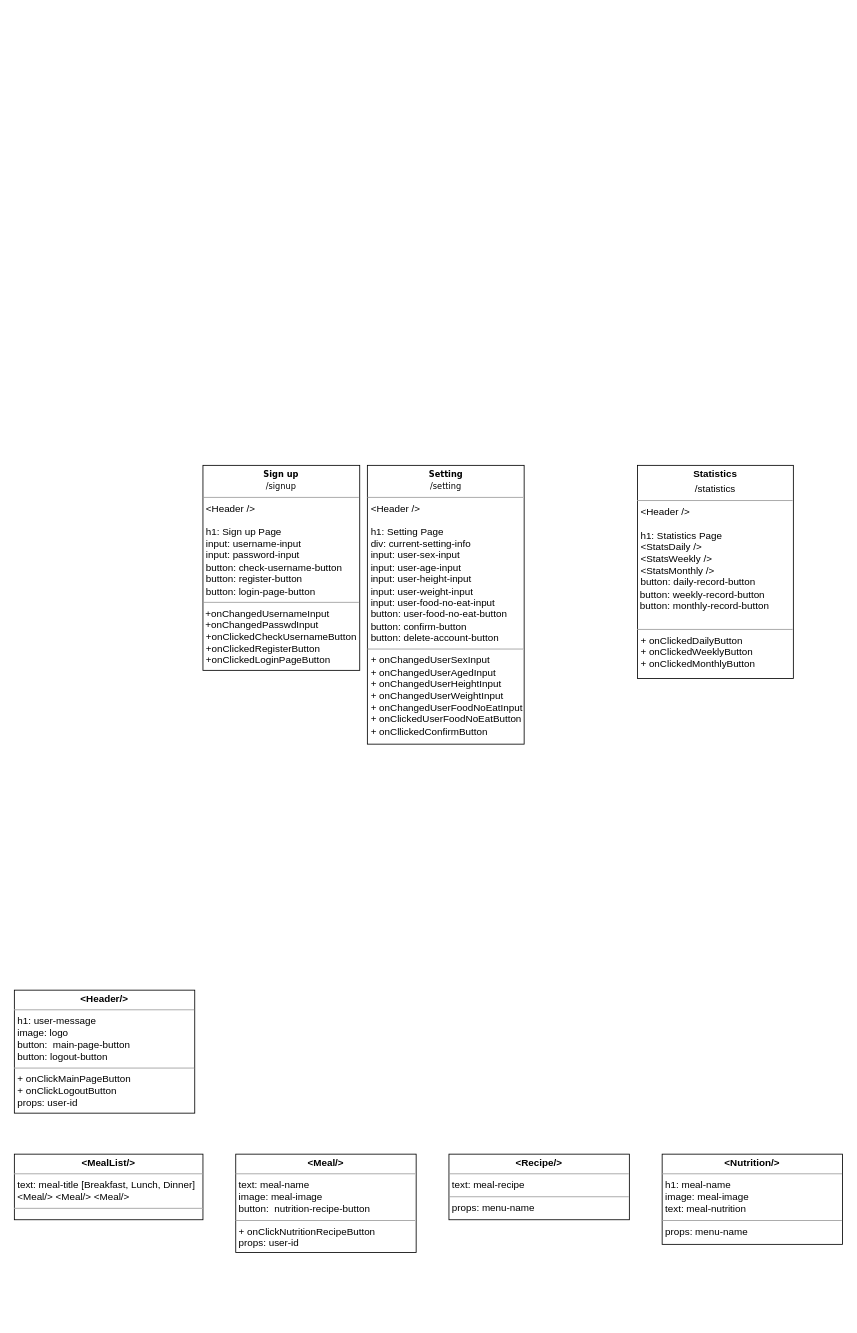
swsnu/swpp2021-team5 keeps this draw.io diagram as diagrams/영서 component.drawio. Above is the earlier version. Source tidied: cells renumbered, new cells numbered last; positions are measured from the earlier drawing's top-left corner, leaving out a move shared by most shapes. Both pictures are drawn from the tidied source at 82%, with x=0, y=0 at pixel (14, 465).
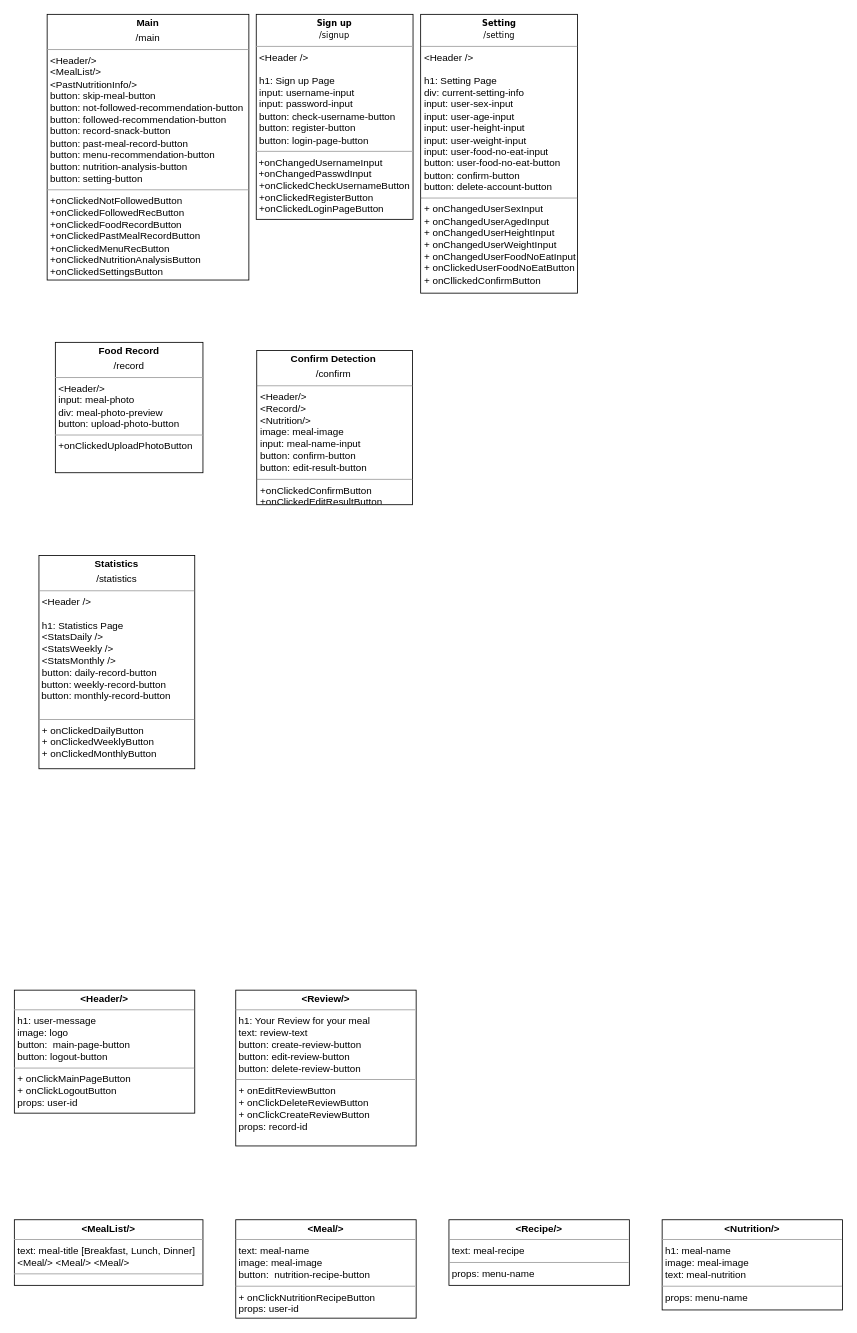
The same page after the edit.

The edit, as a diff of the source:
```diff
@@
 <mxGraphModel>
   <root>
     <mxCell id="0" />
     <mxCell id="1" parent="0" />
     <mxCell id="2" value="&lt;p style=&quot;margin: 0px ; margin-top: 4px ; text-align: center&quot;&gt;&lt;b&gt;&amp;lt;MealList/&amp;gt;&lt;/b&gt;&lt;/p&gt;&lt;hr size=&quot;1&quot;&gt;&lt;p style=&quot;margin: 0px ; margin-left: 4px&quot;&gt;text: meal-title [Breakfast, Lunch, Dinner]&lt;/p&gt;&lt;p style=&quot;margin: 0px ; margin-left: 4px&quot;&gt;&lt;span&gt;&amp;lt;Meal/&amp;gt; &amp;lt;Meal/&amp;gt; &amp;lt;Meal/&amp;gt;&lt;/span&gt;&lt;/p&gt;&lt;hr size=&quot;1&quot;&gt;&lt;p style=&quot;margin: 0px ; margin-left: 4px&quot;&gt;&lt;br&gt;&lt;/p&gt;" style="verticalAlign=top;align=left;overflow=fill;fontSize=12;fontFamily=Helvetica;html=1;rounded=0;shadow=0;comic=0;labelBackgroundColor=none;strokeWidth=1;" parent="1" vertex="1">
-      <mxGeometry y="840" width="230" height="80" as="geometry" />
+      <mxGeometry y="920" width="230" height="80" as="geometry" />
     </mxCell>
     <mxCell id="3" value="&lt;p style=&quot;margin: 0px ; margin-top: 4px ; text-align: center&quot;&gt;&lt;b&gt;&amp;lt;Meal/&amp;gt;&lt;/b&gt;&lt;/p&gt;&lt;hr size=&quot;1&quot;&gt;&lt;p style=&quot;margin: 0px ; margin-left: 4px&quot;&gt;&lt;span&gt;text: meal-name&lt;/span&gt;&lt;/p&gt;&lt;p style=&quot;margin: 0px ; margin-left: 4px&quot;&gt;image: meal-image&lt;/p&gt;&lt;p style=&quot;margin: 0px ; margin-left: 4px&quot;&gt;&lt;span&gt;button:&amp;nbsp;&amp;nbsp;&lt;/span&gt;&lt;span style=&quot;text-align: center&quot;&gt;nutrition-recipe-button&lt;/span&gt;&lt;br&gt;&lt;/p&gt;&lt;hr size=&quot;1&quot;&gt;&lt;p style=&quot;margin: 0px ; margin-left: 4px&quot;&gt;+ onClickNutritionRecipeButton&lt;/p&gt;&lt;p style=&quot;margin: 0px ; margin-left: 4px&quot;&gt;props: user-id&lt;/p&gt;" style="verticalAlign=top;align=left;overflow=fill;fontSize=12;fontFamily=Helvetica;html=1;rounded=0;shadow=0;comic=0;labelBackgroundColor=none;strokeWidth=1;" parent="1" vertex="1">
-      <mxGeometry x="270" y="840" width="220" height="120" as="geometry" />
+      <mxGeometry x="270" y="920" width="220" height="120" as="geometry" />
     </mxCell>
     <mxCell id="4" value="&lt;p style=&quot;margin: 0px ; margin-top: 4px ; text-align: center&quot;&gt;&lt;b&gt;&amp;lt;Recipe/&amp;gt;&lt;/b&gt;&lt;/p&gt;&lt;hr size=&quot;1&quot;&gt;&lt;p style=&quot;margin: 0px ; margin-left: 4px&quot;&gt;text: meal-recipe&lt;/p&gt;&lt;hr size=&quot;1&quot;&gt;&lt;p style=&quot;margin: 0px ; margin-left: 4px&quot;&gt;props: menu-name&lt;/p&gt;" style="verticalAlign=top;align=left;overflow=fill;fontSize=12;fontFamily=Helvetica;html=1;rounded=0;shadow=0;comic=0;labelBackgroundColor=none;strokeWidth=1;" parent="1" vertex="1">
-      <mxGeometry x="530" y="840" width="220" height="80" as="geometry" />
+      <mxGeometry x="530" y="920" width="220" height="80" as="geometry" />
     </mxCell>
     <mxCell id="5" value="&lt;p style=&quot;margin: 0px ; margin-top: 4px ; text-align: center&quot;&gt;&lt;b&gt;&amp;lt;Nutrition/&amp;gt;&lt;/b&gt;&lt;/p&gt;&lt;hr size=&quot;1&quot;&gt;&lt;p style=&quot;margin: 0px ; margin-left: 4px&quot;&gt;h1: meal-name&lt;/p&gt;&lt;p style=&quot;margin: 0px ; margin-left: 4px&quot;&gt;&lt;span&gt;image: meal-image&lt;/span&gt;&lt;/p&gt;&lt;p style=&quot;margin: 0px ; margin-left: 4px&quot;&gt;&lt;span&gt;text: meal-nutrition&lt;br&gt;&lt;/span&gt;&lt;/p&gt;&lt;hr size=&quot;1&quot;&gt;&lt;p style=&quot;margin: 0px ; margin-left: 4px&quot;&gt;props: menu-name&lt;/p&gt;" style="verticalAlign=top;align=left;overflow=fill;fontSize=12;fontFamily=Helvetica;html=1;rounded=0;shadow=0;comic=0;labelBackgroundColor=none;strokeWidth=1;" parent="1" vertex="1">
-      <mxGeometry x="790" y="840" width="220" height="110" as="geometry" />
+      <mxGeometry x="790" y="920" width="220" height="110" as="geometry" />
     </mxCell>
     <mxCell id="6" value="&lt;p style=&quot;margin: 0px ; margin-top: 4px ; text-align: center&quot;&gt;&lt;b&gt;&amp;lt;Header/&amp;gt;&lt;/b&gt;&lt;/p&gt;&lt;hr size=&quot;1&quot;&gt;&lt;p style=&quot;margin: 0px ; margin-left: 4px&quot;&gt;h1: user-message&lt;/p&gt;&lt;p style=&quot;margin: 0px ; margin-left: 4px&quot;&gt;image: logo&lt;/p&gt;&lt;p style=&quot;margin: 0px ; margin-left: 4px&quot;&gt;&lt;span&gt;button:&amp;nbsp;&amp;nbsp;&lt;/span&gt;&lt;span style=&quot;text-align: center&quot;&gt;main-page-button&lt;/span&gt;&lt;br&gt;&lt;/p&gt;&lt;p style=&quot;margin: 0px ; margin-left: 4px&quot;&gt;&lt;span style=&quot;text-align: center&quot;&gt;button: logout-button&lt;/span&gt;&lt;/p&gt;&lt;hr size=&quot;1&quot;&gt;&lt;p style=&quot;margin: 0px ; margin-left: 4px&quot;&gt;+ onClickMainPageButton&lt;/p&gt;&lt;p style=&quot;margin: 0px ; margin-left: 4px&quot;&gt;+ onClickLogoutButton&lt;/p&gt;&lt;p style=&quot;margin: 0px ; margin-left: 4px&quot;&gt;props: user-id&lt;/p&gt;" style="verticalAlign=top;align=left;overflow=fill;fontSize=12;fontFamily=Helvetica;html=1;rounded=0;shadow=0;comic=0;labelBackgroundColor=none;strokeWidth=1;" parent="1" vertex="1">
       <mxGeometry y="640" width="220" height="150" as="geometry" />
     </mxCell>
+    <mxCell id="10" value="&lt;p style=&quot;margin: 0px ; margin-top: 4px ; text-align: center&quot;&gt;&lt;b&gt;&amp;lt;Review/&amp;gt;&lt;/b&gt;&lt;/p&gt;&lt;hr size=&quot;1&quot;&gt;&lt;p style=&quot;margin: 0px ; margin-left: 4px&quot;&gt;h1: Your Review for your meal&lt;/p&gt;&lt;p style=&quot;margin: 0px ; margin-left: 4px&quot;&gt;text: review-text&lt;/p&gt;&lt;p style=&quot;margin: 0px ; margin-left: 4px&quot;&gt;button: create-review-button&lt;/p&gt;&lt;p style=&quot;margin: 0px ; margin-left: 4px&quot;&gt;button: edit-review-button&lt;/p&gt;&lt;p style=&quot;margin: 0px ; margin-left: 4px&quot;&gt;button: delete-review-button&lt;br&gt;&lt;/p&gt;&lt;hr size=&quot;1&quot;&gt;&lt;p style=&quot;margin: 0px ; margin-left: 4px&quot;&gt;+ onEditReviewButton&lt;/p&gt;&lt;p style=&quot;margin: 0px ; margin-left: 4px&quot;&gt;+ onClickDeleteReviewButton&lt;/p&gt;&lt;p style=&quot;margin: 0px ; margin-left: 4px&quot;&gt;+ onClickCreateReviewButton&lt;/p&gt;&lt;p style=&quot;margin: 0px ; margin-left: 4px&quot;&gt;props: record-id&lt;/p&gt;" style="verticalAlign=top;align=left;overflow=fill;fontSize=12;fontFamily=Helvetica;html=1;rounded=0;shadow=0;comic=0;labelBackgroundColor=none;strokeWidth=1;" parent="1" vertex="1">
+      <mxGeometry x="270" y="640" width="220" height="190" as="geometry" />
+    </mxCell>
     <mxCell id="7" value="&lt;p style=&quot;margin: 0px ; margin-top: 4px ; text-align: center&quot;&gt;&lt;b&gt;Statistics&lt;/b&gt;&lt;/p&gt;&lt;p style=&quot;margin: 0px ; margin-top: 4px ; text-align: center&quot;&gt;/statistics&lt;/p&gt;&lt;hr size=&quot;1&quot;&gt;&lt;p style=&quot;margin: 0px ; margin-left: 4px&quot;&gt;&amp;lt;Header /&amp;gt;&lt;br&gt;&lt;/p&gt;&lt;p style=&quot;margin: 0px ; margin-left: 4px&quot;&gt;&lt;br&gt;&lt;/p&gt;&lt;p style=&quot;margin: 0px ; margin-left: 4px&quot;&gt;h1: Statistics Page&lt;/p&gt;&lt;p style=&quot;margin: 0px ; margin-left: 4px&quot;&gt;&amp;lt;StatsDaily /&amp;gt;&lt;/p&gt;&lt;p style=&quot;margin: 0px ; margin-left: 4px&quot;&gt;&amp;lt;StatsWeekly /&amp;gt;&lt;/p&gt;&lt;p style=&quot;margin: 0px ; margin-left: 4px&quot;&gt;&amp;lt;StatsMonthly /&amp;gt;&lt;/p&gt;&lt;p style=&quot;margin: 0px ; margin-left: 4px&quot;&gt;button: daily-record-button&lt;/p&gt;&amp;nbsp;button:&amp;nbsp;&lt;span&gt;weekly-record-button&amp;nbsp;&lt;/span&gt;&lt;br&gt;&amp;nbsp;button:&amp;nbsp;&lt;span&gt;monthly-record-button&lt;br&gt;&lt;/span&gt;&lt;br&gt;&lt;hr size=&quot;1&quot;&gt;&lt;p style=&quot;margin: 0px 0px 0px 4px&quot;&gt;+ onClickedDailyButton&lt;/p&gt;&lt;p style=&quot;margin: 0px 0px 0px 4px&quot;&gt;+ onClickedWeeklyButton&lt;/p&gt;&lt;p style=&quot;margin: 0px 0px 0px 4px&quot;&gt;+ onClickedMonthlyButton&lt;/p&gt;" style="verticalAlign=top;align=left;overflow=fill;fontSize=12;fontFamily=Helvetica;html=1;rounded=0;shadow=0;comic=0;labelBackgroundColor=none;strokeWidth=1;" parent="1" vertex="1">
-      <mxGeometry x="760" width="190" height="260" as="geometry" />
+      <mxGeometry x="30" y="110" width="190" height="260" as="geometry" />
     </mxCell>
     <mxCell id="8" value="&lt;p style=&quot;margin: 4px 0px 0px ; text-align: center&quot;&gt;&lt;b style=&quot;font-family: &amp;#34;verdana&amp;#34; ; font-size: 10px&quot;&gt;Sign up&lt;/b&gt;&lt;br style=&quot;font-family: &amp;#34;verdana&amp;#34; ; font-size: 10px&quot;&gt;&lt;span style=&quot;font-family: &amp;#34;verdana&amp;#34; ; font-size: 10px&quot;&gt;/signup&lt;/span&gt;&lt;br&gt;&lt;/p&gt;&lt;hr size=&quot;1&quot;&gt;&lt;p style=&quot;margin: 0px 0px 0px 4px&quot;&gt;&amp;lt;Header /&amp;gt;&lt;/p&gt;&lt;p style=&quot;margin: 0px 0px 0px 4px&quot;&gt;&lt;br&gt;&lt;/p&gt;&lt;p style=&quot;margin: 0px 0px 0px 4px&quot;&gt;h1: Sign up Page&lt;/p&gt;&lt;p style=&quot;margin: 0px 0px 0px 4px&quot;&gt;input: username-input&lt;/p&gt;&lt;p style=&quot;margin: 0px 0px 0px 4px&quot;&gt;input: password-input&lt;/p&gt;&lt;p style=&quot;margin: 0px 0px 0px 4px&quot;&gt;button: check-username-button&lt;/p&gt;&lt;p style=&quot;margin: 0px 0px 0px 4px&quot;&gt;button: register-button&lt;/p&gt;&lt;p style=&quot;margin: 0px 0px 0px 4px&quot;&gt;button: login-page-button&lt;/p&gt;&lt;hr size=&quot;1&quot;&gt;&amp;nbsp;+onChangedUsernameInput&lt;br&gt;&amp;nbsp;+onChangedPasswdInput&lt;br&gt;&lt;p style=&quot;margin: 0px 0px 0px 4px&quot;&gt;+onClickedCheckUsernameButton&lt;/p&gt;&lt;p style=&quot;margin: 0px 0px 0px 4px&quot;&gt;+onClickedRegisterButton&lt;/p&gt;&lt;p style=&quot;margin: 0px 0px 0px 4px&quot;&gt;+onClickedLoginPageButton&lt;/p&gt;" style="verticalAlign=top;align=left;overflow=fill;fontSize=12;fontFamily=Helvetica;html=1;" parent="1" vertex="1">
-      <mxGeometry x="230" width="191.2" height="250" as="geometry" />
+      <mxGeometry x="295" y="-550" width="191.2" height="250" as="geometry" />
     </mxCell>
     <mxCell id="9" value="&lt;p style=&quot;margin: 4px 0px 0px ; text-align: center&quot;&gt;&lt;b style=&quot;font-family: &amp;#34;verdana&amp;#34; ; font-size: 10px&quot;&gt;Setting&lt;/b&gt;&lt;br style=&quot;font-family: &amp;#34;verdana&amp;#34; ; font-size: 10px&quot;&gt;&lt;span style=&quot;font-family: &amp;#34;verdana&amp;#34; ; font-size: 10px&quot;&gt;/setting&lt;/span&gt;&lt;br&gt;&lt;/p&gt;&lt;hr size=&quot;1&quot;&gt;&lt;p style=&quot;margin: 0px 0px 0px 4px&quot;&gt;&amp;lt;Header /&amp;gt;&lt;br&gt;&lt;/p&gt;&lt;p style=&quot;margin: 0px 0px 0px 4px&quot;&gt;&lt;br&gt;&lt;/p&gt;&lt;p style=&quot;margin: 0px 0px 0px 4px&quot;&gt;h1: Setting Page&lt;/p&gt;&lt;p style=&quot;margin: 0px 0px 0px 4px&quot;&gt;div: current-setting-info&lt;/p&gt;&lt;p style=&quot;margin: 0px 0px 0px 4px&quot;&gt;input: user-sex-input&lt;/p&gt;&lt;p style=&quot;margin: 0px 0px 0px 4px&quot;&gt;input: user-age-input&lt;/p&gt;&lt;p style=&quot;margin: 0px 0px 0px 4px&quot;&gt;input: user-height-input&lt;/p&gt;&lt;p style=&quot;margin: 0px 0px 0px 4px&quot;&gt;input: user-weight-input&lt;/p&gt;&lt;p style=&quot;margin: 0px 0px 0px 4px&quot;&gt;input: user-food-no-eat-input&lt;br&gt;&lt;/p&gt;&lt;p style=&quot;margin: 0px 0px 0px 4px&quot;&gt;button: user-food-no-eat-button&lt;/p&gt;&lt;p style=&quot;margin: 0px 0px 0px 4px&quot;&gt;&lt;span&gt;button: confirm-button&lt;/span&gt;&lt;br&gt;&lt;/p&gt;&lt;p style=&quot;margin: 0px 0px 0px 4px&quot;&gt;&lt;span&gt;button: delete-account-button&lt;/span&gt;&lt;/p&gt;&lt;hr size=&quot;1&quot;&gt;&lt;p style=&quot;margin: 0px 0px 0px 4px&quot;&gt;+ onChangedUserSexInput&lt;/p&gt;&lt;p style=&quot;margin: 0px 0px 0px 4px&quot;&gt;+ onChangedUserAgedInput&lt;/p&gt;&lt;p style=&quot;margin: 0px 0px 0px 4px&quot;&gt;+ onChangedUserHeightInput&lt;/p&gt;&lt;p style=&quot;margin: 0px 0px 0px 4px&quot;&gt;+ onChangedUserWeightInput&lt;/p&gt;&lt;p style=&quot;margin: 0px 0px 0px 4px&quot;&gt;+ onChangedUserFoodNoEatInput&lt;/p&gt;&lt;p style=&quot;margin: 0px 0px 0px 4px&quot;&gt;+ onClickedUserFoodNoEatButton&lt;/p&gt;&lt;p style=&quot;margin: 0px 0px 0px 4px&quot;&gt;+ onCllickedConfirmButton&lt;/p&gt;" style="verticalAlign=top;align=left;overflow=fill;fontSize=12;fontFamily=Helvetica;html=1;" parent="1" vertex="1">
-      <mxGeometry x="430.5" width="191.2" height="340" as="geometry" />
+      <mxGeometry x="495.5" y="-550" width="191.2" height="340" as="geometry" />
     </mxCell>
+    <mxCell id="11" value="&lt;p style=&quot;margin: 0px ; margin-top: 4px ; text-align: center&quot;&gt;&lt;b&gt;Main&lt;/b&gt;&lt;/p&gt;&lt;p style=&quot;margin: 0px ; margin-top: 4px ; text-align: center&quot;&gt;/main&lt;/p&gt;&lt;hr size=&quot;1&quot;&gt;&lt;p style=&quot;margin: 0px ; margin-left: 4px&quot;&gt;&lt;span&gt;&amp;lt;Header/&amp;gt;&lt;/span&gt;&lt;/p&gt;&lt;p style=&quot;margin: 0px ; margin-left: 4px&quot;&gt;&lt;span&gt;&amp;lt;MealList/&amp;gt;&lt;/span&gt;&lt;br&gt;&lt;/p&gt;&lt;p style=&quot;margin: 0px ; margin-left: 4px&quot;&gt;&amp;lt;PastNutritionInfo/&amp;gt;&lt;/p&gt;&lt;p style=&quot;margin: 0px ; margin-left: 4px&quot;&gt;button: skip-meal-button&lt;/p&gt;&lt;p style=&quot;margin: 0px ; margin-left: 4px&quot;&gt;button: not-followed-recommendation-button&lt;/p&gt;&lt;p style=&quot;margin: 0px 0px 0px 4px&quot;&gt;button: followed-recommendation-button&lt;/p&gt;&lt;p style=&quot;margin: 0px ; margin-left: 4px&quot;&gt;&lt;span&gt;button: record-snack-button&lt;/span&gt;&lt;br&gt;&lt;/p&gt;&lt;p style=&quot;margin: 0px 0px 0px 4px&quot;&gt;button: past-meal-record-button&lt;/p&gt;&lt;p style=&quot;margin: 0px 0px 0px 4px&quot;&gt;button: menu-recommendation-button&lt;/p&gt;&lt;p style=&quot;margin: 0px 0px 0px 4px&quot;&gt;button: nutrition-analysis-button&lt;/p&gt;&lt;p style=&quot;margin: 0px 0px 0px 4px&quot;&gt;&lt;span&gt;button: setting-button&lt;/span&gt;&lt;br&gt;&lt;/p&gt;&lt;hr size=&quot;1&quot;&gt;&lt;p style=&quot;margin: 0px ; margin-left: 4px&quot;&gt;+onClickedNotFollowedButton&lt;/p&gt;&lt;p style=&quot;margin: 0px ; margin-left: 4px&quot;&gt;+onClickedFollowedRecButton&lt;br&gt;&lt;/p&gt;&lt;p style=&quot;margin: 0px ; margin-left: 4px&quot;&gt;+onClickedFoodRecordButton&lt;/p&gt;&lt;p style=&quot;margin: 0px 0px 0px 4px&quot;&gt;+onClickedPastMealRecordButton&lt;/p&gt;&lt;p style=&quot;margin: 0px ; margin-left: 4px&quot;&gt;+onClickedMenuRecButton&lt;/p&gt;&lt;p style=&quot;margin: 0px ; margin-left: 4px&quot;&gt;+onClickedNutritionAnalysisButton&lt;/p&gt;&lt;p style=&quot;margin: 0px ; margin-left: 4px&quot;&gt;&lt;span&gt;+onClickedSettingsButton&lt;/span&gt;&lt;br&gt;&lt;/p&gt;" style="verticalAlign=top;align=left;overflow=fill;fontSize=12;fontFamily=Helvetica;html=1;rounded=0;shadow=0;comic=0;labelBackgroundColor=none;strokeWidth=1;" parent="1" vertex="1">
+      <mxGeometry x="40" y="-550" width="246" height="324" as="geometry" />
+    </mxCell>
+    <mxCell id="12" value="&lt;p style=&quot;margin: 0px ; margin-top: 4px ; text-align: center&quot;&gt;&lt;b&gt;Food Record&lt;/b&gt;&lt;/p&gt;&lt;p style=&quot;margin: 0px ; margin-top: 4px ; text-align: center&quot;&gt;/record&lt;/p&gt;&lt;hr size=&quot;1&quot;&gt;&lt;p style=&quot;margin: 0px ; margin-left: 4px&quot;&gt;&lt;span&gt;&amp;lt;Header/&amp;gt;&lt;/span&gt;&lt;/p&gt;&lt;p style=&quot;margin: 0px ; margin-left: 4px&quot;&gt;&lt;span&gt;input: meal-photo&lt;/span&gt;&lt;/p&gt;&lt;p style=&quot;margin: 0px ; margin-left: 4px&quot;&gt;&lt;span&gt;div: meal-photo-preview&lt;/span&gt;&lt;/p&gt;&lt;p style=&quot;margin: 0px ; margin-left: 4px&quot;&gt;&lt;span&gt;button: upload-photo-button&lt;/span&gt;&lt;/p&gt;&lt;hr size=&quot;1&quot;&gt;&lt;p style=&quot;margin: 0px ; margin-left: 4px&quot;&gt;&lt;span&gt;+onClickedUploadPhotoButton&lt;/span&gt;&lt;br&gt;&lt;/p&gt;&lt;p style=&quot;margin: 0px ; margin-left: 4px&quot;&gt;&lt;br&gt;&lt;/p&gt;" style="verticalAlign=top;align=left;overflow=fill;fontSize=12;fontFamily=Helvetica;html=1;rounded=0;shadow=0;comic=0;labelBackgroundColor=none;strokeWidth=1;" parent="1" vertex="1">
+      <mxGeometry x="50" y="-150" width="180" height="159" as="geometry" />
+    </mxCell>
+    <mxCell id="13" value="&lt;p style=&quot;margin: 0px ; margin-top: 4px ; text-align: center&quot;&gt;&lt;b&gt;Confirm Detection&amp;nbsp;&lt;/b&gt;&lt;/p&gt;&lt;p style=&quot;margin: 0px ; margin-top: 4px ; text-align: center&quot;&gt;/confirm&lt;b&gt;&amp;nbsp;&lt;/b&gt;&lt;/p&gt;&lt;hr size=&quot;1&quot;&gt;&lt;p style=&quot;margin: 0px ; margin-left: 4px&quot;&gt;&amp;lt;Header/&amp;gt;&lt;/p&gt;&lt;p style=&quot;margin: 0px ; margin-left: 4px&quot;&gt;&amp;lt;Record/&amp;gt;&lt;/p&gt;&lt;p style=&quot;margin: 0px ; margin-left: 4px&quot;&gt;&amp;lt;Nutrition/&amp;gt;&lt;/p&gt;&lt;p style=&quot;margin: 0px ; margin-left: 4px&quot;&gt;image: meal-image&lt;/p&gt;&lt;p style=&quot;margin: 0px ; margin-left: 4px&quot;&gt;input: meal-name-input&lt;/p&gt;&lt;p style=&quot;margin: 0px ; margin-left: 4px&quot;&gt;&lt;span&gt;button: confirm-button&lt;/span&gt;&lt;br&gt;&lt;/p&gt;&lt;p style=&quot;margin: 0px ; margin-left: 4px&quot;&gt;button: edit-result-button&lt;/p&gt;&lt;hr size=&quot;1&quot;&gt;&lt;p style=&quot;margin: 0px ; margin-left: 4px&quot;&gt;+onClickedConfirmButton&lt;/p&gt;&lt;p style=&quot;margin: 0px ; margin-left: 4px&quot;&gt;+onClickedEditResultButton&lt;/p&gt;&lt;p style=&quot;margin: 0px ; margin-left: 4px&quot;&gt;&lt;br&gt;&lt;/p&gt;&lt;p style=&quot;margin: 0px ; margin-left: 4px&quot;&gt;&lt;br&gt;&lt;/p&gt;" style="verticalAlign=top;align=left;overflow=fill;fontSize=12;fontFamily=Helvetica;html=1;" parent="1" vertex="1">
+      <mxGeometry x="295.6" y="-140" width="190" height="188" as="geometry" />
+    </mxCell>
   </root>
 </mxGraphModel>
```
